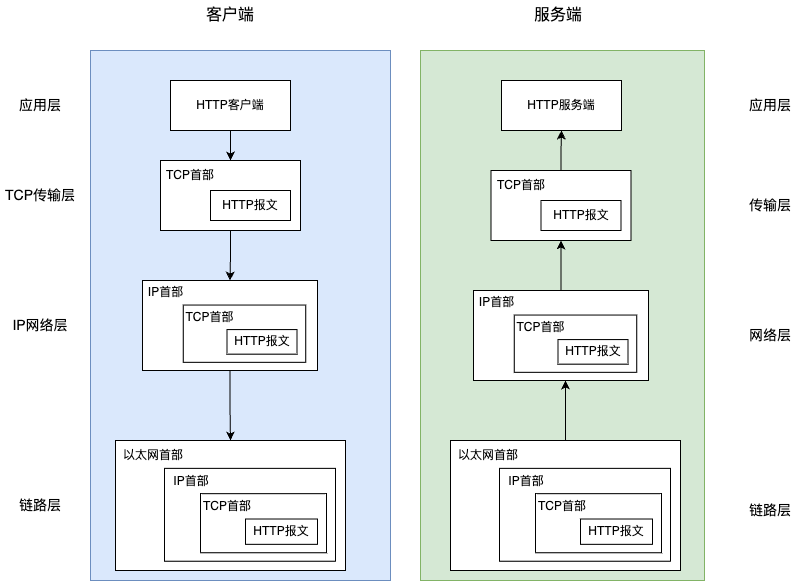
The draw.io diagram HTTP:通信传输流.drawio.png in JYbill/draw, before a commit. Source tidied: cells renumbered, new cells last; positions are measured from the earlier drawing's top-left corner, leaving out a move shared by most shapes.
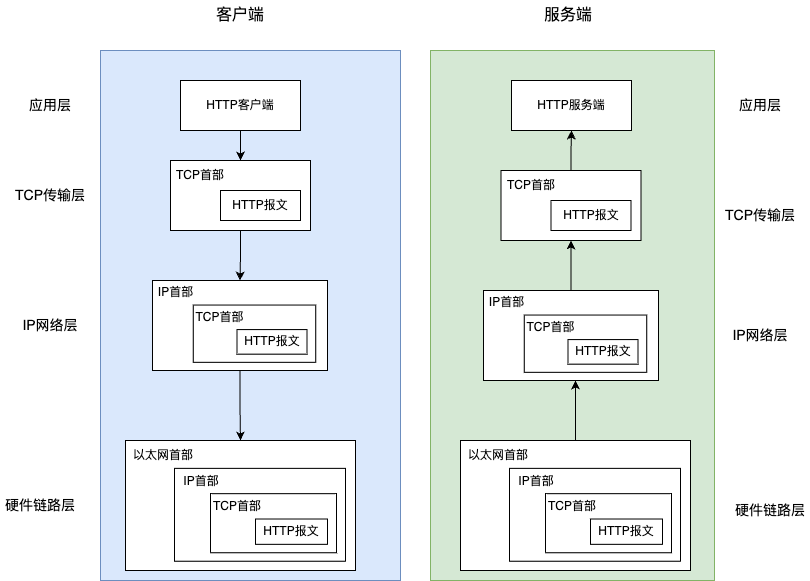
Above is the later version.

Commit message:
更新HTTP:通信传输流.drawio.png

What changed in the source:
```diff
@@ -23,8 +23,8 @@
     <mxCell id="8" value="IP网络层" style="text;html=1;strokeColor=none;fillColor=none;align=center;verticalAlign=middle;whiteSpace=wrap;rounded=0;fontSize=14;" parent="1" vertex="1">
       <mxGeometry x="10" y="310" width="60" height="30" as="geometry" />
     </mxCell>
-    <mxCell id="9" value="链路层" style="text;html=1;strokeColor=none;fillColor=none;align=center;verticalAlign=middle;whiteSpace=wrap;rounded=0;fontSize=14;" parent="1" vertex="1">
-      <mxGeometry x="10" y="490" width="60" height="30" as="geometry" />
+    <mxCell id="9" value="硬件链路层" style="text;html=1;strokeColor=none;fillColor=none;align=center;verticalAlign=middle;whiteSpace=wrap;rounded=0;fontSize=14;" parent="1" vertex="1">
+      <mxGeometry x="-10" y="490" width="80" height="30" as="geometry" />
     </mxCell>
     <mxCell id="10" style="rounded=0;whiteSpace=wrap;html=1;fillColor=#d5e8d4;strokeColor=#82b366;" parent="1" vertex="1">
       <mxGeometry x="420" y="50" width="284" height="530" as="geometry" />
@@ -36,16 +36,16 @@
       <mxGeometry x="527.5" width="60" height="30" as="geometry" />
     </mxCell>
     <mxCell id="13" value="应用层" style="text;html=1;strokeColor=none;fillColor=none;align=center;verticalAlign=middle;whiteSpace=wrap;rounded=0;fontSize=14;" parent="1" vertex="1">
-      <mxGeometry x="740" y="90" width="60" height="30" as="geometry" />
+      <mxGeometry x="720" y="90" width="60" height="30" as="geometry" />
     </mxCell>
-    <mxCell id="14" value="传输层" style="text;html=1;strokeColor=none;fillColor=none;align=center;verticalAlign=middle;whiteSpace=wrap;rounded=0;fontSize=14;" parent="1" vertex="1">
-      <mxGeometry x="740" y="190" width="60" height="30" as="geometry" />
+    <mxCell id="14" value="TCP传输层" style="text;html=1;strokeColor=none;fillColor=none;align=center;verticalAlign=middle;whiteSpace=wrap;rounded=0;fontSize=14;" parent="1" vertex="1">
+      <mxGeometry x="710" y="200" width="80" height="30" as="geometry" />
     </mxCell>
-    <mxCell id="15" value="网络层" style="text;html=1;strokeColor=none;fillColor=none;align=center;verticalAlign=middle;whiteSpace=wrap;rounded=0;fontSize=14;" parent="1" vertex="1">
-      <mxGeometry x="740" y="320" width="60" height="30" as="geometry" />
+    <mxCell id="15" value="IP网络层" style="text;html=1;strokeColor=none;fillColor=none;align=center;verticalAlign=middle;whiteSpace=wrap;rounded=0;fontSize=14;" parent="1" vertex="1">
+      <mxGeometry x="720" y="320" width="60" height="30" as="geometry" />
     </mxCell>
-    <mxCell id="16" value="链路层" style="text;html=1;strokeColor=none;fillColor=none;align=center;verticalAlign=middle;whiteSpace=wrap;rounded=0;fontSize=14;" parent="1" vertex="1">
-      <mxGeometry x="740" y="495" width="60" height="30" as="geometry" />
+    <mxCell id="16" value="硬件链路层" style="text;html=1;strokeColor=none;fillColor=none;align=center;verticalAlign=middle;whiteSpace=wrap;rounded=0;fontSize=14;" parent="1" vertex="1">
+      <mxGeometry x="720" y="495" width="80" height="30" as="geometry" />
     </mxCell>
     <mxCell id="17" style="edgeStyle=orthogonalEdgeStyle;rounded=0;jettySize=auto;html=1;exitX=0.5;exitY=1;exitDx=0;exitDy=0;" parent="1" edge="1" source="51" target="19">
       <mxGeometry relative="1" as="geometry" />
```
